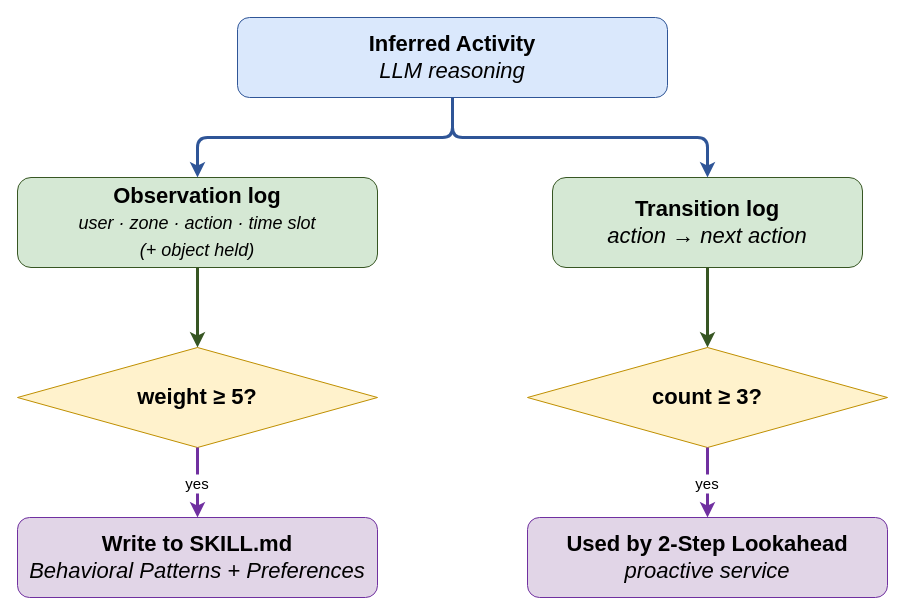
Before: drawch3/3.5_BPA_learning.drawio in wenny2377/pythonBackend3, a draw.io diagram. Source tidied: cells renumbered, new cells numbered last; positions are measured from the earlier drawing's top-left corner, leaving out a move shared by most shapes. Both pictures are drawn from the tidied source at 100%, with x=0, y=0 at pixel (17, 17).
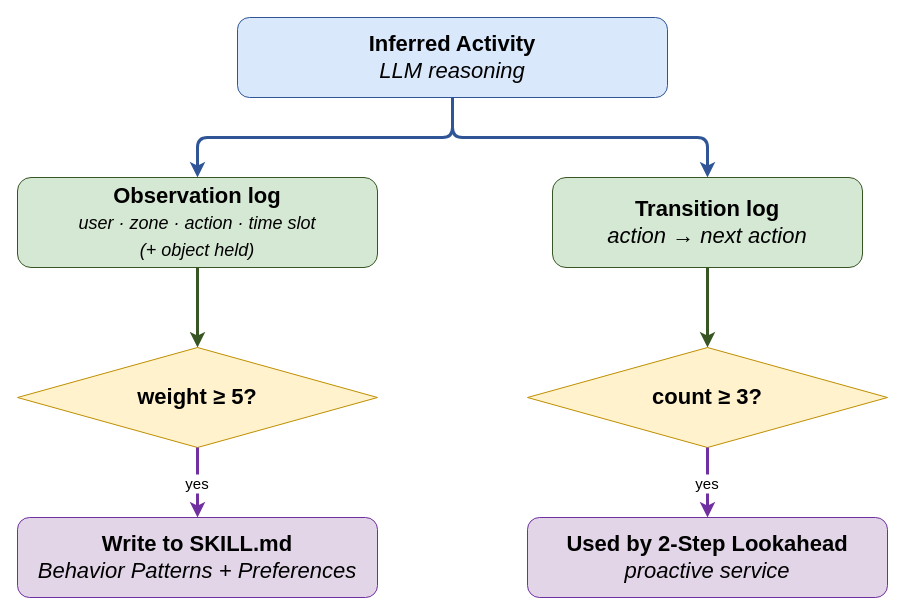
Above is the later version.

The edit, as a diff of the source:
```diff
@@
 <mxGraphModel>
   <root>
     <mxCell id="0" />
     <mxCell id="1" parent="0" />
     <mxCell id="2" value="Inferred Activity&lt;br&gt;&lt;i style=&quot;font-weight: normal;&quot;&gt;LLM reasoning&lt;/i&gt;" style="rounded=1;whiteSpace=wrap;html=1;fillColor=#dae8fc;strokeColor=#2f5597;fontColor=#000000;fontSize=22;fontStyle=1;" parent="1" vertex="1">
       <mxGeometry x="220" width="430" height="80" as="geometry" />
     </mxCell>
     <mxCell id="3" value="Observation log&lt;br&gt;&lt;i&gt;&lt;font style=&quot;font-size: 18px; font-weight: normal;&quot;&gt;user · zone · action · time slot&lt;br&gt;(+ object held)&lt;/font&gt;&lt;/i&gt;" style="rounded=1;whiteSpace=wrap;html=1;fillColor=#d5e8d4;strokeColor=#375623;fontColor=#000000;fontSize=22;fontStyle=1;" parent="1" vertex="1">
       <mxGeometry y="160" width="360" height="90" as="geometry" />
     </mxCell>
     <mxCell id="4" value="Transition log&lt;br&gt;&lt;i style=&quot;font-weight: normal;&quot;&gt;action → next action&lt;/i&gt;" style="rounded=1;whiteSpace=wrap;html=1;fillColor=#d5e8d4;strokeColor=#375623;fontColor=#000000;fontSize=22;fontStyle=1;" parent="1" vertex="1">
       <mxGeometry x="535" y="160" width="310" height="90" as="geometry" />
     </mxCell>
     <mxCell id="5" value="&lt;b&gt;weight ≥ 5?&lt;/b&gt;" style="shape=rhombus;whiteSpace=wrap;html=1;fillColor=#fff2cc;strokeColor=#bf8f00;fontColor=#000000;fontSize=22;" parent="1" vertex="1">
       <mxGeometry y="330" width="360" height="100" as="geometry" />
     </mxCell>
     <mxCell id="6" value="&lt;b&gt;count ≥ 3?&lt;/b&gt;" style="shape=rhombus;whiteSpace=wrap;html=1;fillColor=#fff2cc;strokeColor=#bf8f00;fontColor=#000000;fontSize=22;" parent="1" vertex="1">
       <mxGeometry x="510" y="330" width="360" height="100" as="geometry" />
     </mxCell>
-    <mxCell id="7" value="Write to SKILL.md&lt;br&gt;&lt;i style=&quot;font-weight: normal;&quot;&gt;Behavioral Patterns + Preferences&lt;/i&gt;" style="rounded=1;whiteSpace=wrap;html=1;fillColor=#e1d5e7;strokeColor=#7030a0;fontColor=#000000;fontSize=22;fontStyle=1;" parent="1" vertex="1">
+    <mxCell id="7" value="Write to SKILL.md&lt;br&gt;&lt;i style=&quot;font-weight: normal;&quot;&gt;Behavior Patterns + Preferences&lt;/i&gt;" style="rounded=1;whiteSpace=wrap;html=1;fillColor=#e1d5e7;strokeColor=#7030a0;fontColor=#000000;fontSize=22;fontStyle=1;" parent="1" vertex="1">
       <mxGeometry y="500" width="360" height="80" as="geometry" />
     </mxCell>
     <mxCell id="8" value="Used by 2-Step Lookahead&lt;br&gt;&lt;i style=&quot;font-weight: normal;&quot;&gt;proactive service&lt;/i&gt;" style="rounded=1;whiteSpace=wrap;html=1;fillColor=#e1d5e7;strokeColor=#7030a0;fontColor=#000000;fontSize=22;fontStyle=1;" parent="1" vertex="1">
       <mxGeometry x="510" y="500" width="360" height="80" as="geometry" />
     </mxCell>
     <mxCell id="9" style="edgeStyle=orthogonalEdgeStyle;strokeColor=#2f5597;strokeWidth=3;" parent="1" edge="1" source="2" target="3">
       <mxGeometry relative="1" as="geometry" />
     </mxCell>
     <mxCell id="10" style="edgeStyle=orthogonalEdgeStyle;strokeColor=#2f5597;strokeWidth=3;" parent="1" edge="1" source="2" target="4">
       <mxGeometry relative="1" as="geometry" />
     </mxCell>
     <mxCell id="11" style="edgeStyle=orthogonalEdgeStyle;strokeColor=#375623;strokeWidth=3;" parent="1" edge="1" source="3" target="5">
       <mxGeometry relative="1" as="geometry" />
     </mxCell>
     <mxCell id="12" style="edgeStyle=orthogonalEdgeStyle;strokeColor=#375623;strokeWidth=3;" parent="1" edge="1" source="4" target="6">
       <mxGeometry relative="1" as="geometry" />
     </mxCell>
     <mxCell id="13" value="yes" style="edgeStyle=orthogonalEdgeStyle;strokeColor=#7030a0;strokeWidth=3;fontSize=15;" parent="1" edge="1" source="5" target="7">
       <mxGeometry relative="1" as="geometry" />
     </mxCell>
     <mxCell id="14" value="yes" style="edgeStyle=orthogonalEdgeStyle;strokeColor=#7030a0;strokeWidth=3;fontSize=15;" parent="1" edge="1" source="6" target="8">
       <mxGeometry relative="1" as="geometry" />
     </mxCell>
   </root>
 </mxGraphModel>
```
